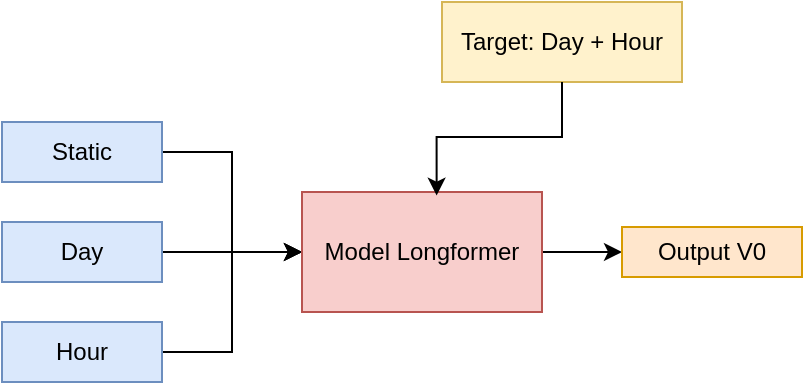
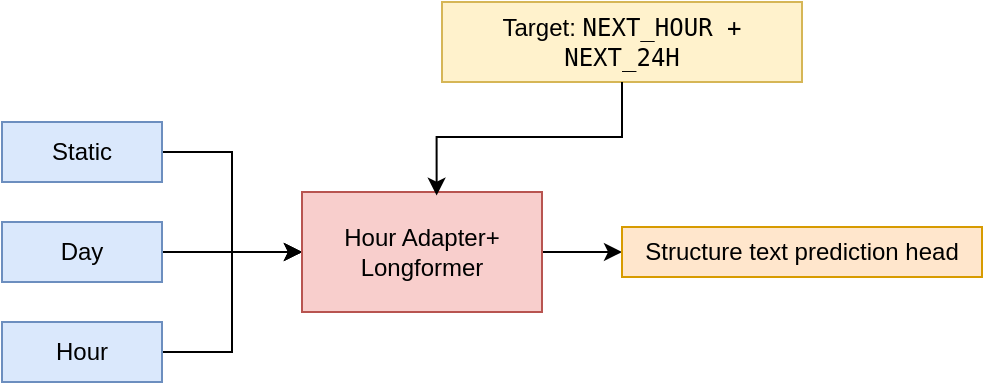
<mxfile host="app.diagrams.net">
  <diagram name="第 1 页" id="3XJM9L_ZZ4yQOulCvbH7">
    <mxGraphModel dx="593" dy="379" grid="1" gridSize="10" guides="1" tooltips="1" connect="1" arrows="1" fold="1" page="1" pageScale="1" pageWidth="827" pageHeight="1169" math="0" shadow="0">
      <root>
        <mxCell id="0" />
        <mxCell id="1" parent="0" />
        <mxCell id="trqAsDTVdEYsEU3GblZT-7" edge="1" parent="1" source="trqAsDTVdEYsEU3GblZT-1" style="edgeStyle=orthogonalEdgeStyle;rounded=0;orthogonalLoop=1;jettySize=auto;html=1;entryX=0;entryY=0.5;entryDx=0;entryDy=0;" target="trqAsDTVdEYsEU3GblZT-4">
          <mxGeometry relative="1" as="geometry" />
        </mxCell>
        <mxCell id="trqAsDTVdEYsEU3GblZT-1" parent="1" style="rounded=0;whiteSpace=wrap;html=1;fillColor=#dae8fc;strokeColor=#6c8ebf;" value="Hour" vertex="1">
          <mxGeometry height="30" width="80" x="120" y="300" as="geometry" />
        </mxCell>
        <mxCell id="trqAsDTVdEYsEU3GblZT-6" edge="1" parent="1" source="trqAsDTVdEYsEU3GblZT-2" style="edgeStyle=orthogonalEdgeStyle;rounded=0;orthogonalLoop=1;jettySize=auto;html=1;entryX=0;entryY=0.5;entryDx=0;entryDy=0;" target="trqAsDTVdEYsEU3GblZT-4">
          <mxGeometry relative="1" as="geometry">
            <mxPoint x="250" y="265" as="targetPoint" />
          </mxGeometry>
        </mxCell>
        <mxCell id="trqAsDTVdEYsEU3GblZT-2" parent="1" style="rounded=0;whiteSpace=wrap;html=1;fillColor=#dae8fc;strokeColor=#6c8ebf;" value="Day" vertex="1">
          <mxGeometry height="30" width="80" x="120" y="250" as="geometry" />
        </mxCell>
        <mxCell id="trqAsDTVdEYsEU3GblZT-5" edge="1" parent="1" source="trqAsDTVdEYsEU3GblZT-3" style="edgeStyle=orthogonalEdgeStyle;rounded=0;orthogonalLoop=1;jettySize=auto;html=1;entryX=0;entryY=0.5;entryDx=0;entryDy=0;" target="trqAsDTVdEYsEU3GblZT-4">
          <mxGeometry relative="1" as="geometry" />
        </mxCell>
        <mxCell id="trqAsDTVdEYsEU3GblZT-3" parent="1" style="rounded=0;whiteSpace=wrap;html=1;fillColor=#dae8fc;strokeColor=#6c8ebf;" value="Static" vertex="1">
          <mxGeometry height="30" width="80" x="120" y="200" as="geometry" />
        </mxCell>
        <mxCell id="trqAsDTVdEYsEU3GblZT-12" edge="1" parent="1" source="trqAsDTVdEYsEU3GblZT-4" style="edgeStyle=orthogonalEdgeStyle;rounded=0;orthogonalLoop=1;jettySize=auto;html=1;entryX=0;entryY=0.5;entryDx=0;entryDy=0;" target="trqAsDTVdEYsEU3GblZT-11">
          <mxGeometry relative="1" as="geometry" />
        </mxCell>
-         <mxCell id="trqAsDTVdEYsEU3GblZT-4" parent="1" style="rounded=0;whiteSpace=wrap;html=1;fillColor=#f8cecc;strokeColor=#b85450;" value="Model Longformer" vertex="1">
+         <mxCell id="trqAsDTVdEYsEU3GblZT-4" parent="1" style="rounded=0;whiteSpace=wrap;html=1;fillColor=#f8cecc;strokeColor=#b85450;" value="Hour Adapter+ Longformer" vertex="1">
          <mxGeometry height="60" width="120" x="270" y="235" as="geometry" />
        </mxCell>
-         <mxCell id="trqAsDTVdEYsEU3GblZT-8" parent="1" style="rounded=0;whiteSpace=wrap;html=1;fillColor=#fff2cc;strokeColor=#d6b656;" value="Target: Day + Hour" vertex="1">
-           <mxGeometry height="40" width="120" x="340" y="140" as="geometry" />
+         <mxCell id="trqAsDTVdEYsEU3GblZT-8" parent="1" style="rounded=0;whiteSpace=wrap;html=1;fillColor=#fff2cc;strokeColor=#d6b656;" value="Target:&amp;nbsp;&lt;code&gt;NEXT_HOUR + NEXT_24H&lt;/code&gt;" vertex="1">
+           <mxGeometry height="40" width="180" x="340" y="140" as="geometry" />
        </mxCell>
        <mxCell id="trqAsDTVdEYsEU3GblZT-10" edge="1" parent="1" source="trqAsDTVdEYsEU3GblZT-8" style="edgeStyle=orthogonalEdgeStyle;rounded=0;orthogonalLoop=1;jettySize=auto;html=1;entryX=0.561;entryY=0.03;entryDx=0;entryDy=0;entryPerimeter=0;" target="trqAsDTVdEYsEU3GblZT-4">
          <mxGeometry relative="1" as="geometry" />
        </mxCell>
-         <mxCell id="trqAsDTVdEYsEU3GblZT-11" parent="1" style="rounded=0;whiteSpace=wrap;html=1;fillColor=#ffe6cc;strokeColor=#d79b00;" value="Output V0" vertex="1">
-           <mxGeometry height="25" width="90" x="430" y="252.5" as="geometry" />
+         <mxCell id="trqAsDTVdEYsEU3GblZT-11" parent="1" style="rounded=0;whiteSpace=wrap;html=1;fillColor=#ffe6cc;strokeColor=#d79b00;" value="Structure text prediction head" vertex="1">
+           <mxGeometry height="25" width="180" x="430" y="252.5" as="geometry" />
        </mxCell>
      </root>
    </mxGraphModel>
  </diagram>
</mxfile>
